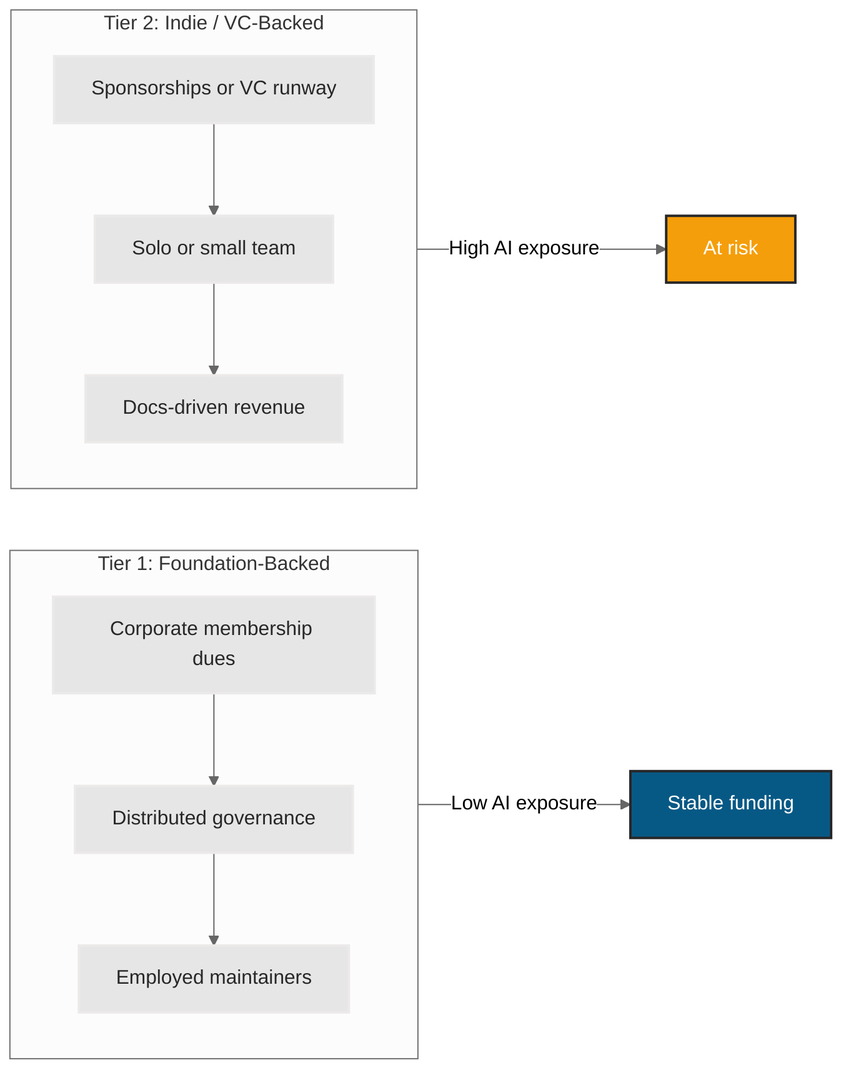
clouatre-labs/clouatre.ca keeps this Mermaid diagram as src/assets/images/oss-dependency-tiers.png. Above is the earlier version. Its source is kept beside it as src/assets/diagrams/oss-dependency-tiers.mmd. Its diagram source:
```mermaid
flowchart LR
    subgraph tier1["Tier 1: Foundation-Backed"]
        F1[Corporate membership dues]
        F2[Distributed governance]
        F3[Employed maintainers]
        F1 --> F2 --> F3
    end

    subgraph tier2["Tier 2: Indie / VC-Backed"]
        I1[Sponsorships or VC runway]
        I2[Solo or small team]
        I3[Docs-driven revenue]
        I1 --> I2 --> I3
    end

    tier1 -->|Low AI exposure| S1[Stable funding]
    tier2 -->|High AI exposure| S2[At risk]

    classDef primary fill:#075985,stroke:#282728,stroke-width:2px,color:#fff
    classDef secondary fill:#e6e6e6,stroke:#ece9e9,stroke-width:2px,color:#282728
    classDef accent fill:#38bdf8,stroke:#075985,stroke-width:2px,color:#282728
    classDef warning fill:#f59e0b,stroke:#282728,stroke-width:2px,color:#fff

    class F1,F2,F3 secondary
    class I1,I2,I3 secondary
    class S1 primary
    class S2 warning
```
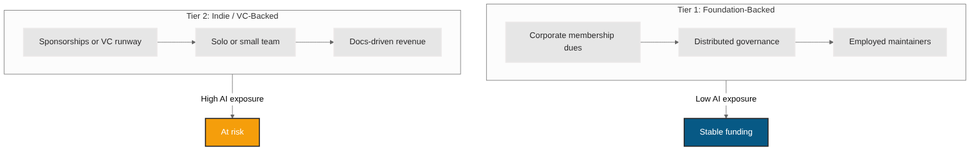
After the change.

Commit message:
fix(blog): stack diagrams vertically for readability

Diff of the diagram source:
```diff
@@ -1,5 +1,6 @@
-flowchart LR
+flowchart TD
     subgraph tier1["Tier 1: Foundation-Backed"]
+        direction LR
         F1[Corporate membership dues]
         F2[Distributed governance]
         F3[Employed maintainers]
@@ -7,6 +8,7 @@
     end
 
     subgraph tier2["Tier 2: Indie / VC-Backed"]
+        direction LR
         I1[Sponsorships or VC runway]
         I2[Solo or small team]
         I3[Docs-driven revenue]
```
